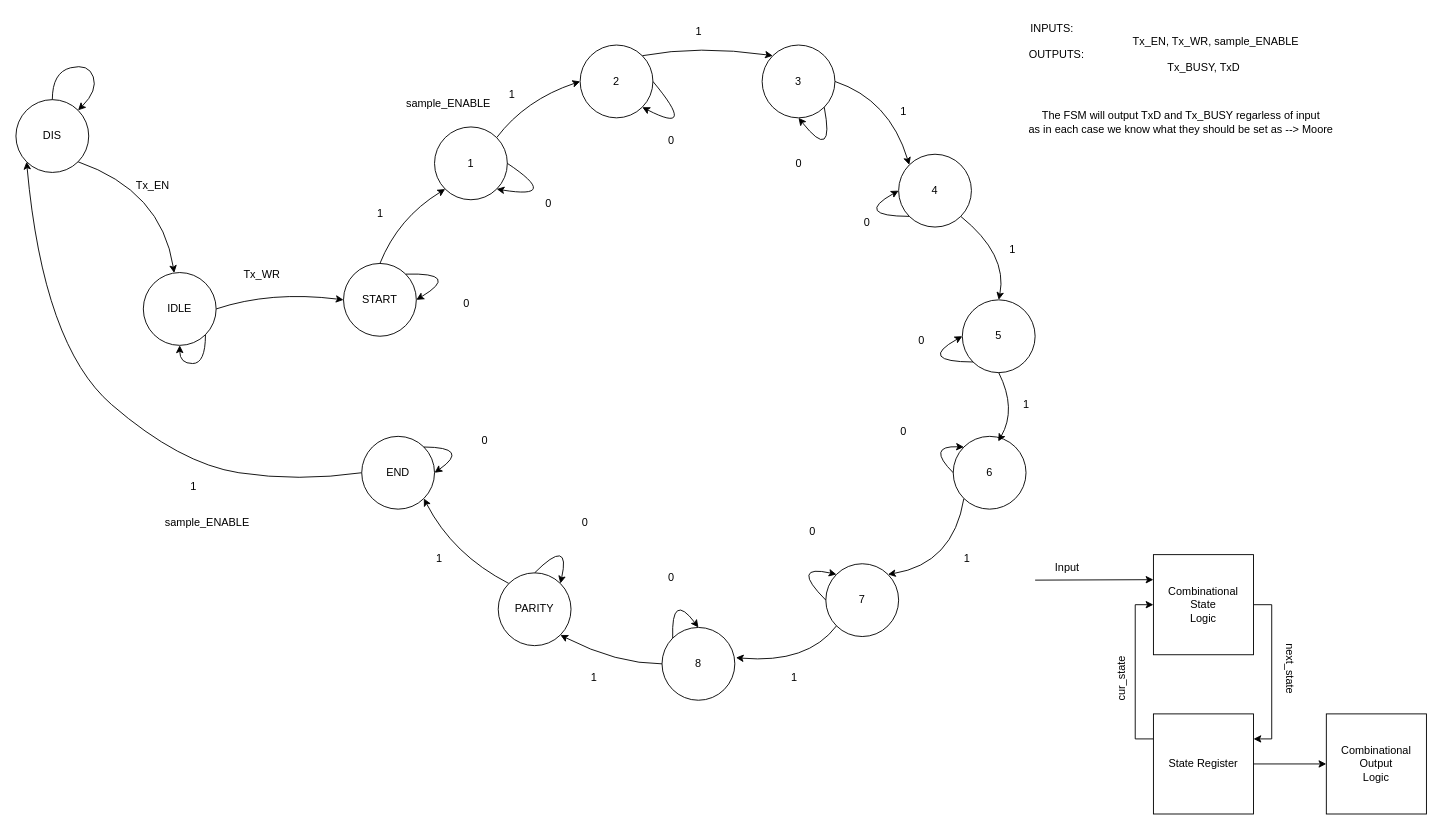
The draw.io diagram Lab2/Dataflow/transmitter (2).drawio in PANAGIVTHS/Vivado-Projects, before the edit. Source tidied: cells renumbered, new cells numbered last; positions are measured from the earlier drawing's top-left corner, leaving out a move shared by most shapes. Both pictures are drawn from the tidied source at 91%, with x=0, y=0 at pixel (15, 15).
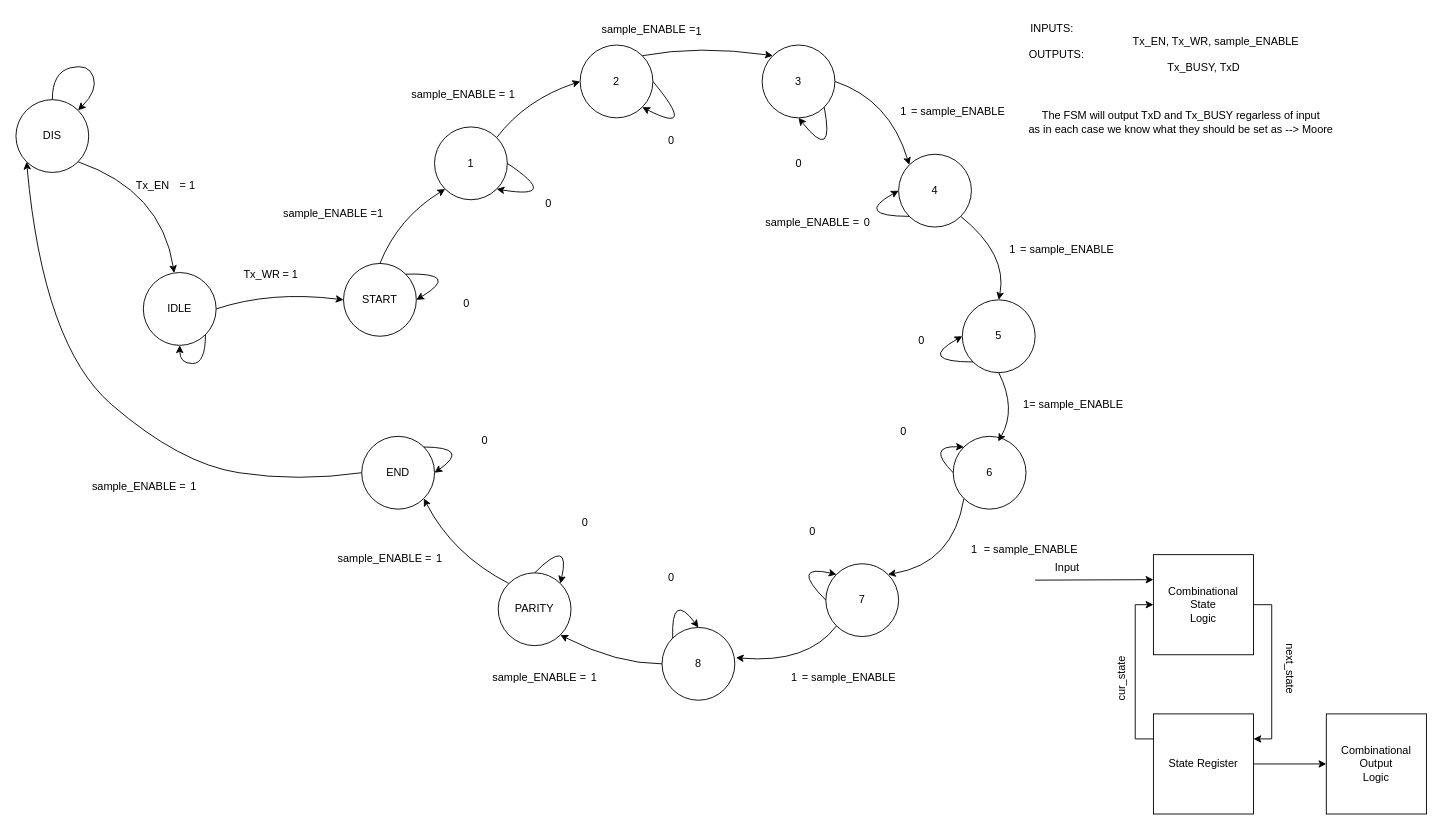
The same page after the edit.

The edit, as a diff of the source:
```diff
@@
-    <mxCell id="42" value="sample_ENABLE" style="text;html=1;align=center;verticalAlign=middle;strokeColor=none;fillColor=none;" parent="1" vertex="1">
-      <mxGeometry x="415" y="82" width="120" height="30" as="geometry" />
+    <mxCell id="42" value="sample_ENABLE =" style="text;html=1;align=center;verticalAlign=middle;strokeColor=none;fillColor=none;" parent="1" vertex="1">
+      <mxGeometry x="421" y="72" width="130" height="30" as="geometry" />
     </mxCell>
@@
     <mxCell id="62" value="1" style="text;html=1;align=center;verticalAlign=middle;strokeColor=none;fillColor=none;" parent="1" vertex="1">
-      <mxGeometry x="1030" y="582" width="30" height="30" as="geometry" />
+      <mxGeometry x="1038" y="572" width="30" height="30" as="geometry" />
     </mxCell>
@@
-    <mxCell id="78" value="sample_ENABLE" style="text;html=1;align=center;verticalAlign=middle;strokeColor=none;fillColor=none;" parent="1" vertex="1">
-      <mxGeometry x="150" y="542" width="120" height="30" as="geometry" />
-    </mxCell>
@@
+    <mxCell id="80" value="sample_ENABLE =" style="text;html=1;align=center;verticalAlign=middle;strokeColor=none;fillColor=none;" parent="1" vertex="1">
+      <mxGeometry x="280" y="202" width="130" height="30" as="geometry" />
+    </mxCell>
+    <mxCell id="81" value="sample_ENABLE =" style="text;html=1;align=center;verticalAlign=middle;strokeColor=none;fillColor=none;" parent="1" vertex="1">
+      <mxGeometry x="630" width="130" height="30" as="geometry" />
+    </mxCell>
+    <mxCell id="82" value="= sample_ENABLE" style="text;html=1;align=center;verticalAlign=middle;strokeColor=none;fillColor=none;" parent="1" vertex="1">
+      <mxGeometry x="970" y="90" width="130" height="30" as="geometry" />
+    </mxCell>
+    <mxCell id="83" value="= sample_ENABLE" style="text;html=1;align=center;verticalAlign=middle;strokeColor=none;fillColor=none;" parent="1" vertex="1">
+      <mxGeometry x="1090" y="242" width="130" height="30" as="geometry" />
+    </mxCell>
+    <mxCell id="84" value="= sample_ENABLE" style="text;html=1;align=center;verticalAlign=middle;strokeColor=none;fillColor=none;" parent="1" vertex="1">
+      <mxGeometry x="1100" y="412" width="130" height="30" as="geometry" />
+    </mxCell>
+    <mxCell id="85" value="= sample_ENABLE" style="text;html=1;align=center;verticalAlign=middle;strokeColor=none;fillColor=none;" parent="1" vertex="1">
+      <mxGeometry x="1050" y="572" width="130" height="30" as="geometry" />
+    </mxCell>
+    <mxCell id="86" value="= sample_ENABLE" style="text;html=1;align=center;verticalAlign=middle;strokeColor=none;fillColor=none;" parent="1" vertex="1">
+      <mxGeometry x="850" y="712" width="130" height="30" as="geometry" />
+    </mxCell>
+    <mxCell id="87" value="sample_ENABLE =" style="text;html=1;align=center;verticalAlign=middle;strokeColor=none;fillColor=none;" parent="1" vertex="1">
+      <mxGeometry x="340" y="582" width="130" height="30" as="geometry" />
+    </mxCell>
+    <mxCell id="88" value="sample_ENABLE =" style="text;html=1;align=center;verticalAlign=middle;strokeColor=none;fillColor=none;" parent="1" vertex="1">
+      <mxGeometry x="510" y="712" width="130" height="30" as="geometry" />
+    </mxCell>
+    <mxCell id="89" value="sample_ENABLE =" style="text;html=1;align=center;verticalAlign=middle;strokeColor=none;fillColor=none;" parent="1" vertex="1">
+      <mxGeometry x="70" y="502" width="130" height="30" as="geometry" />
+    </mxCell>
+    <mxCell id="90" value="sample_ENABLE =" style="text;html=1;align=center;verticalAlign=middle;strokeColor=none;fillColor=none;" parent="1" vertex="1">
+      <mxGeometry x="810" y="212" width="130" height="30" as="geometry" />
+    </mxCell>
+    <mxCell id="91" value="= 1&amp;nbsp;" style="text;html=1;align=center;verticalAlign=middle;strokeColor=none;fillColor=none;" parent="1" vertex="1">
+      <mxGeometry x="170" y="172" width="40" height="30" as="geometry" />
+    </mxCell>
+    <mxCell id="92" value="= 1&amp;nbsp;" style="text;html=1;align=center;verticalAlign=middle;strokeColor=none;fillColor=none;" parent="1" vertex="1">
+      <mxGeometry x="283" y="270" width="40" height="30" as="geometry" />
+    </mxCell>
```
